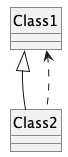
Earlier version of the PlantUML export book/uml/classDiagrams/dependencies/what/images/incorrectDependencyWithInheritance.png (NUS-CS2103-AY2627-S1/website). Its source is kept beside it as book/uml/classDiagrams/dependencies/what/images/incorrectDependencyWithInheritance.puml. Source of this version:
```plantuml
@startuml
skinparam classAttributeIconSize 0
skinparam roundCorner 0
skinparam backgroundcolor transparent
skinparam shadowing false
hide circle
Class1 <|-- Class2
Class1 <.. Class2
@enduml
```
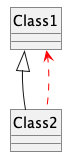
The same diagram one commit later.

Diff of the diagram source:
```diff
@@ -5,5 +5,5 @@
 skinparam shadowing false
 hide circle
 Class1 <|-- Class2
-Class1 <.. Class2
+Class1 <.[#red]. Class2
 @enduml
```
